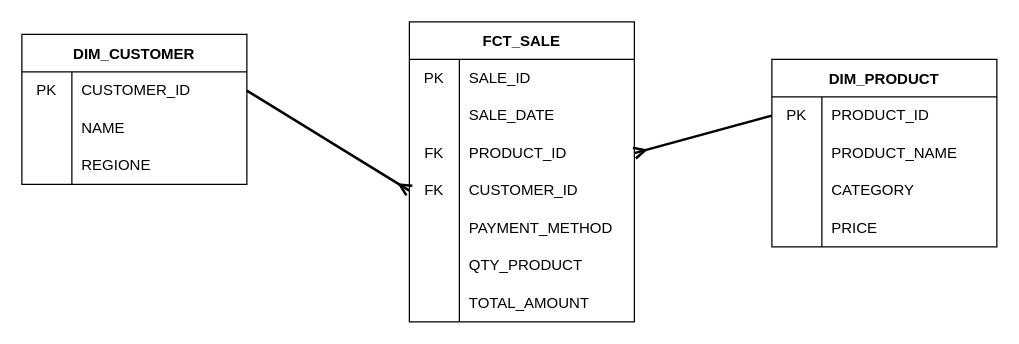
Above: documentation/physical_model.drawio in fabioba/sales_etl (draw.io), before the change. Source tidied: cells renumbered, new cells numbered last; positions are measured from the earlier drawing's top-left corner, leaving out a move shared by most shapes. Both pictures are drawn from the tidied source at 125%, with x=0, y=0 at pixel (21, 21).
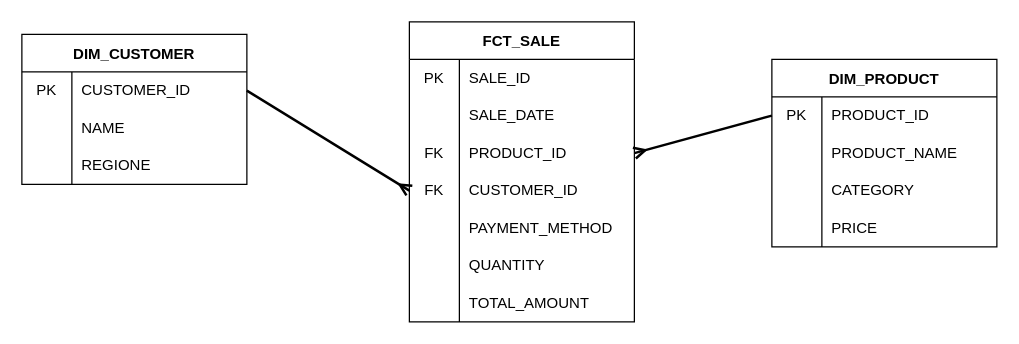
The same diagram, later.

The change refers to these unchanged cells:
```xml
<mxCell id="21" style="shape=tableRow;horizontal=0;startSize=0;swimlaneHead=0;swimlaneBody=0;top=0;left=0;bottom=0;right=0;fillColor=none;strokeColor=#000000;fontColor=#000000;labelBackgroundColor=none;" parent="5" vertex="1">
  <mxGeometry y="180" width="180" height="30" as="geometry" />
</mxCell>
```

What changed in the source:
```diff
@@
-    <mxCell id="23" value="QTY_PRODUCT" style="shape=partialRectangle;html=1;whiteSpace=wrap;fillColor=none;top=0;left=0;bottom=0;right=0;align=left;spacingLeft=6;overflow=hidden;strokeColor=#000000;fontColor=#000000;labelBackgroundColor=none;" parent="21" vertex="1">
+    <mxCell id="23" value="QUANTITY" style="shape=partialRectangle;html=1;whiteSpace=wrap;fillColor=none;top=0;left=0;bottom=0;right=0;align=left;spacingLeft=6;overflow=hidden;strokeColor=#000000;fontColor=#000000;labelBackgroundColor=none;" parent="21" vertex="1">
       <mxGeometry x="40" width="140" height="30" as="geometry" />
     </mxCell>
```
